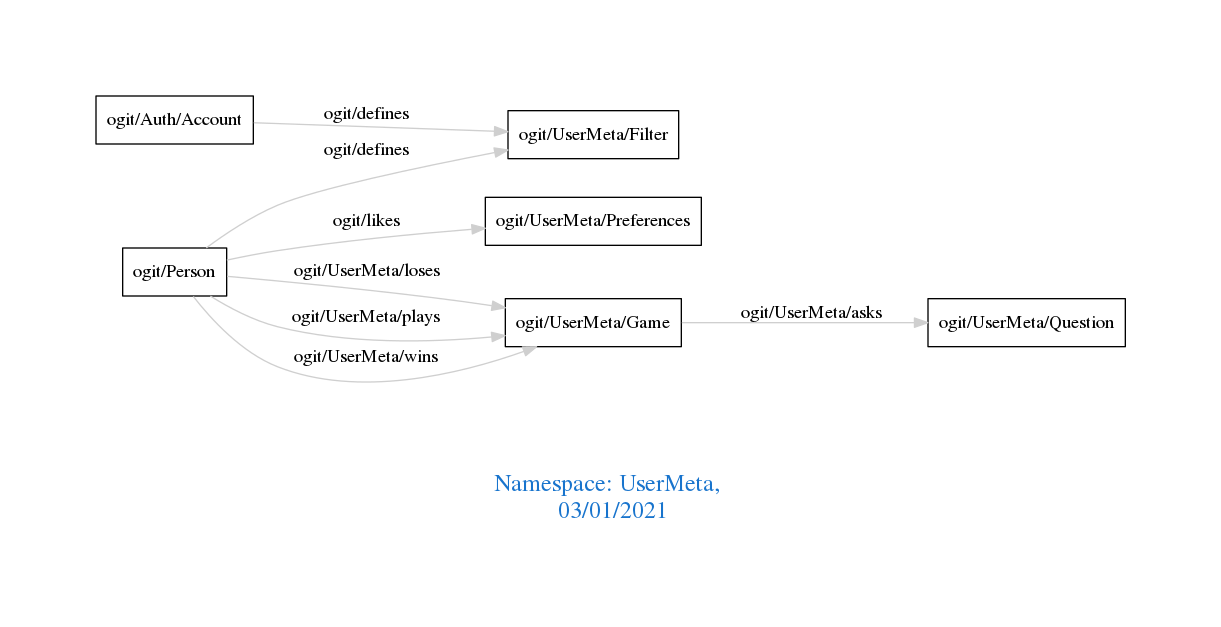
Earlier version of the Graphviz export downloads/UserMeta.png (arago/OGIT). Its source is kept beside it as downloads/UserMeta.dot.
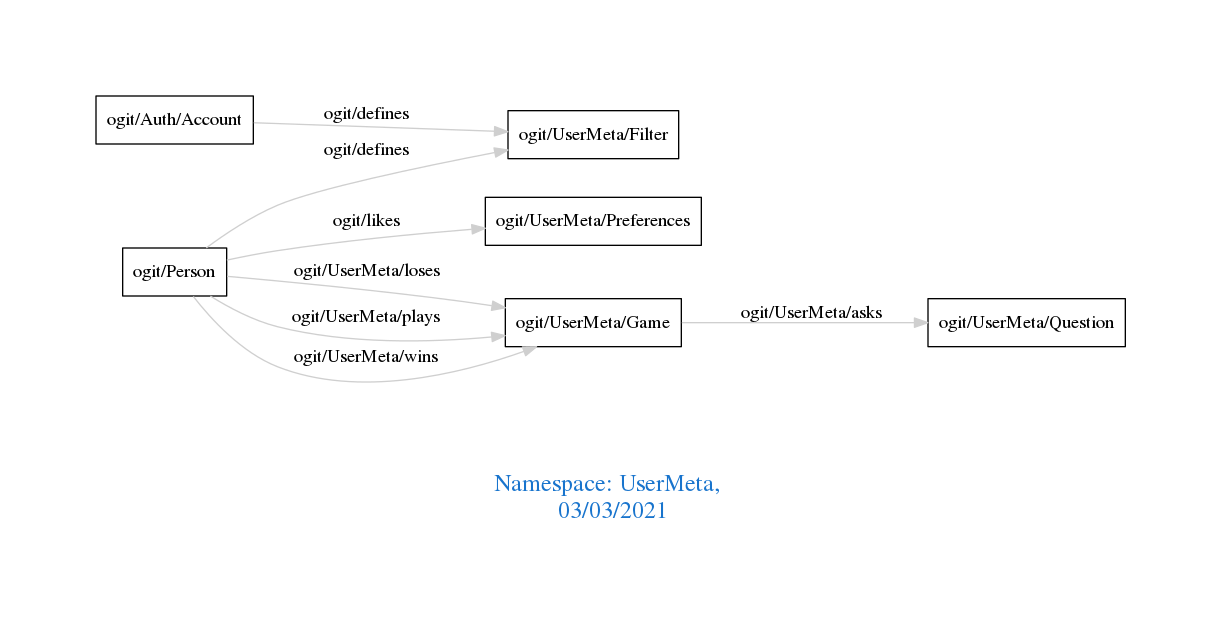
Above is the later version.

The edit, as a diff of the source:
```diff
@@ -1,7 +1,7 @@
 digraph OGIT_ontology {
  graph [ rankdir= LR,pad=1
 fontsize = 18,
-fontcolor= dodgerblue3,label = "\n\n\nNamespace: UserMeta, \n 03/01/2021"];
+fontcolor= dodgerblue3,label = "\n\n\nNamespace: UserMeta, \n 03/03/2021"];
 node[shape=polygon];
 edge [  color="gray81"];
 
```
